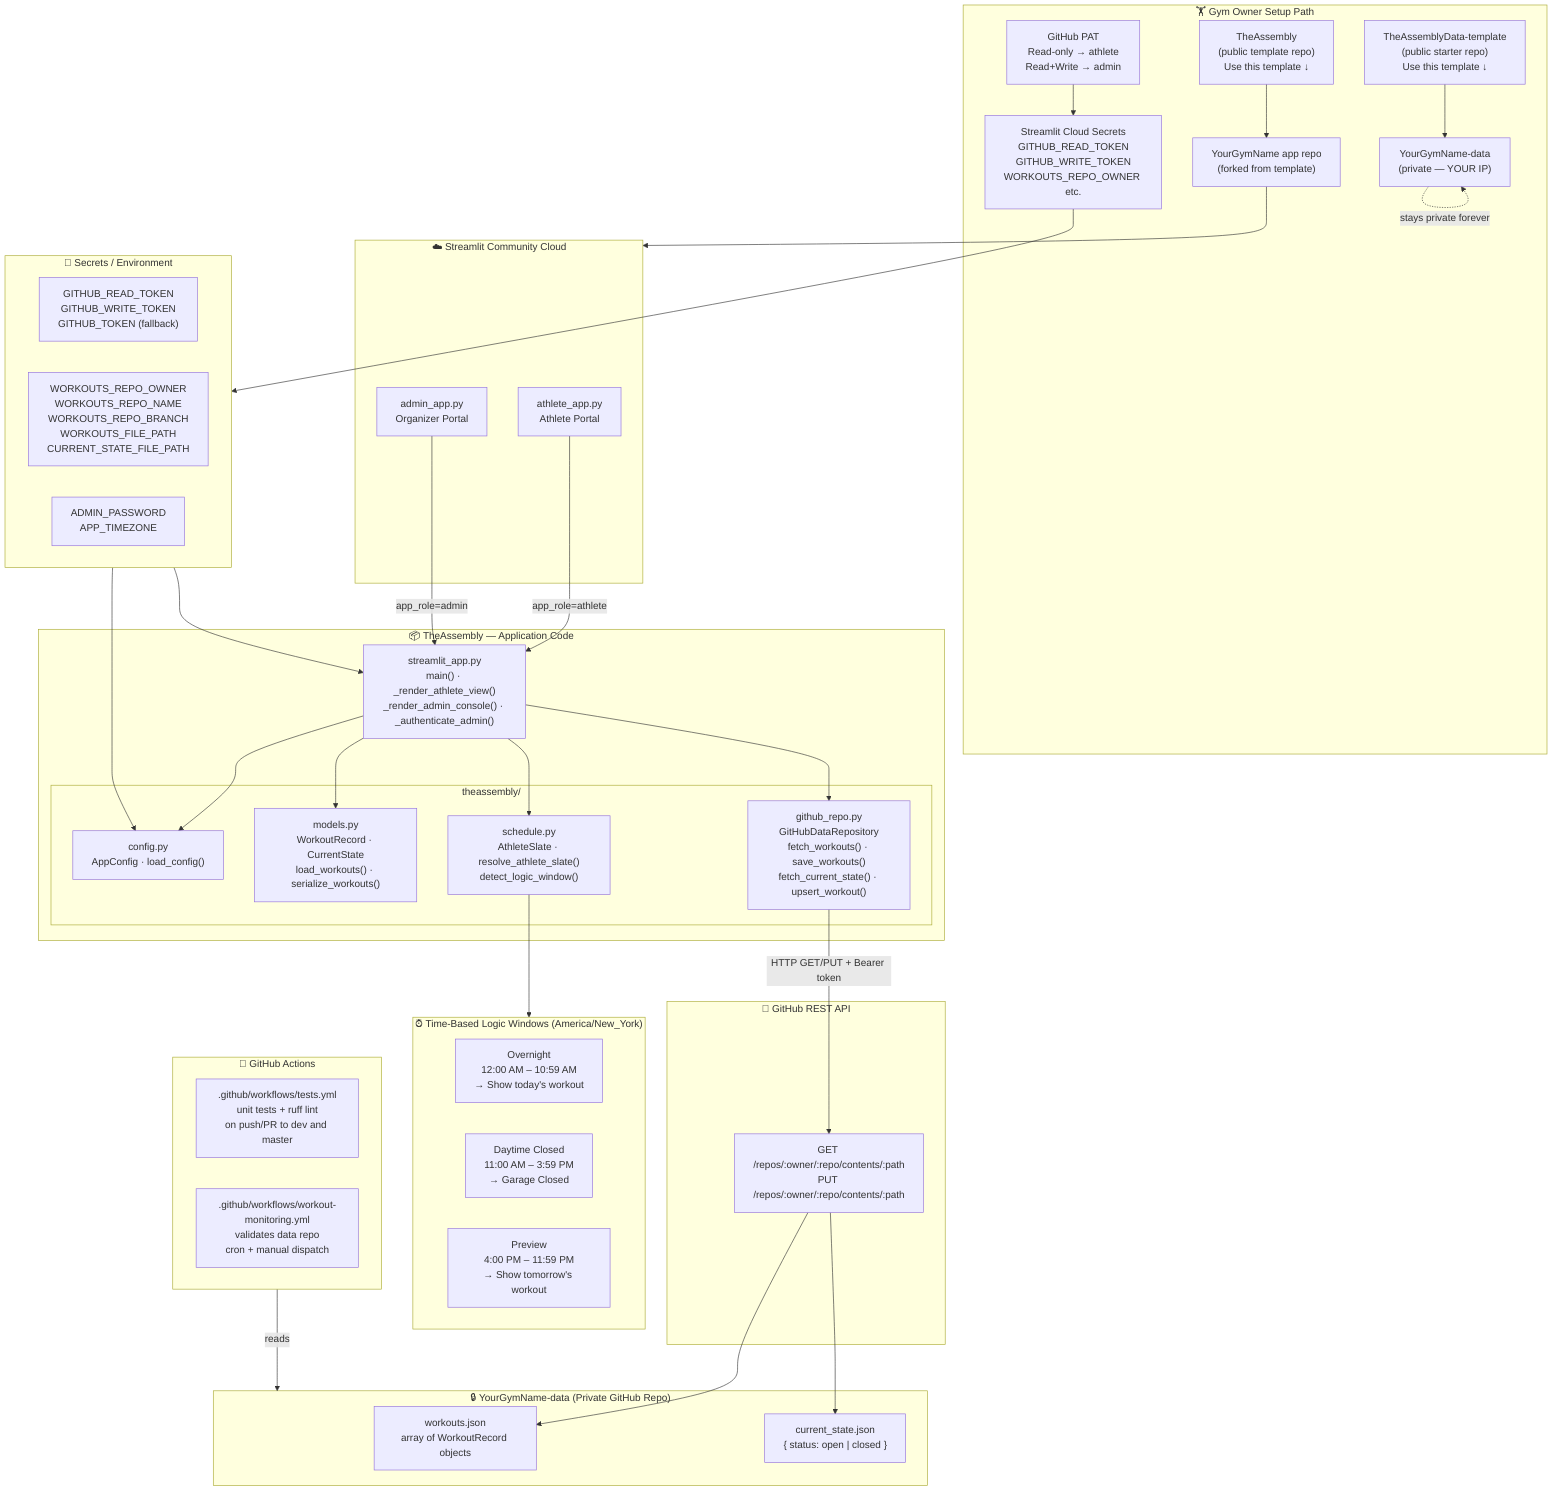
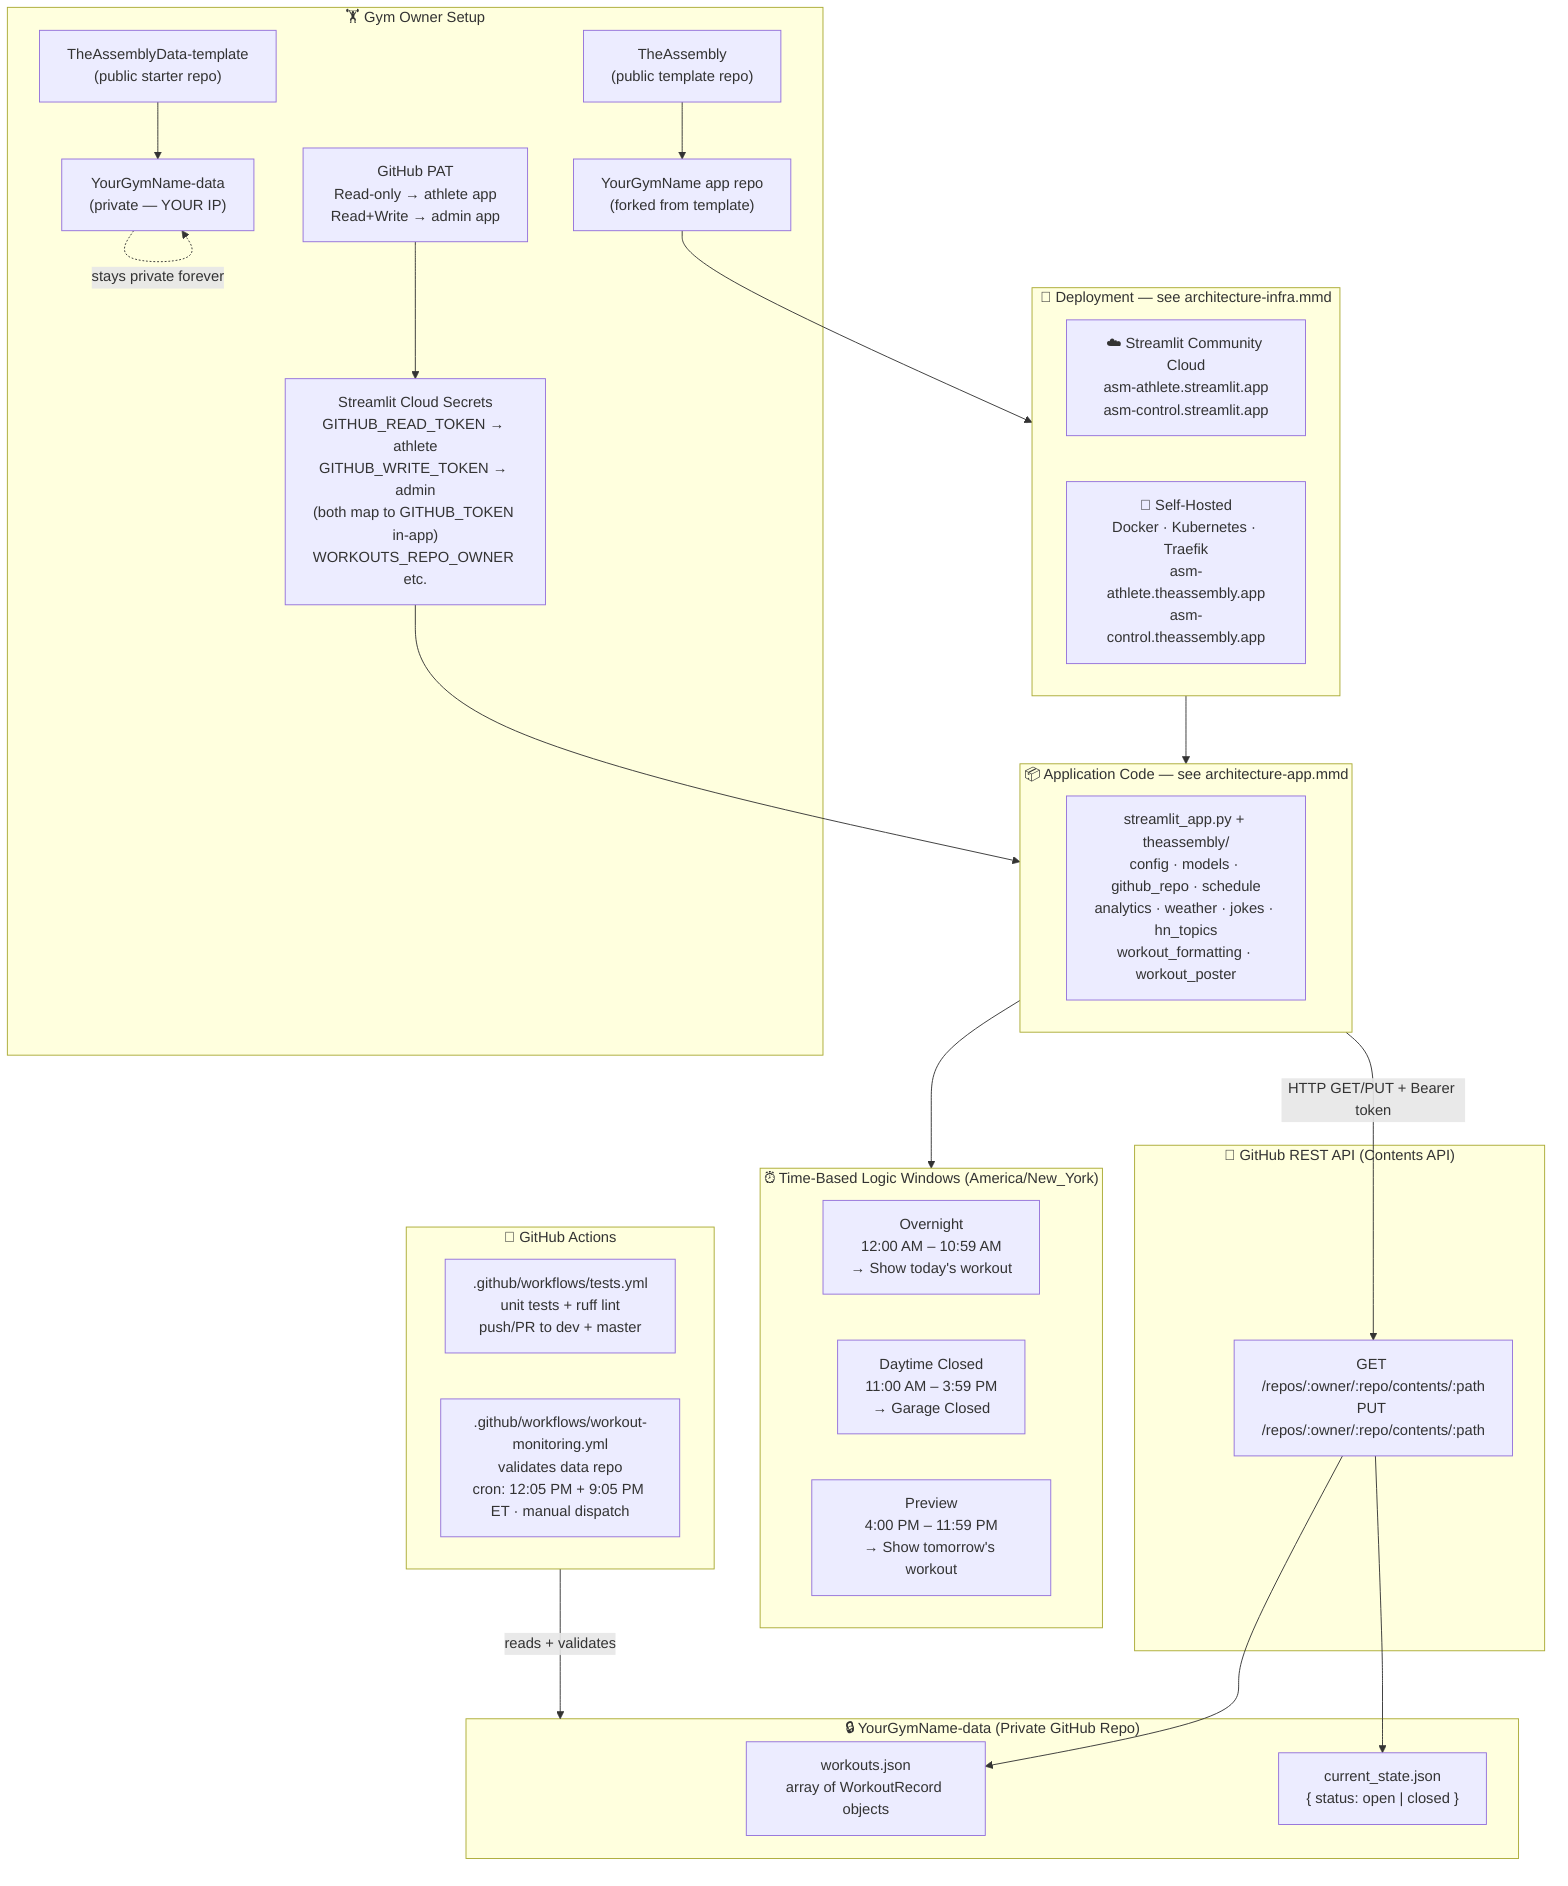
+ %% High-Level Overview — see architecture-app.mmd for app internals, architecture-infra.mmd for deployment details
graph TD
-     subgraph GymOwnerSetup["🏋️ Gym Owner Setup Path"]
-         Template["TheAssembly\n(public template repo)\nUse this template ↓"]
-         DataTemplate["TheAssemblyData-template\n(public starter repo)\nUse this template ↓"]
+     subgraph GymOwnerSetup["🏋️ Gym Owner Setup"]
+         Template["TheAssembly\n(public template repo)"]
+         DataTemplate["TheAssemblyData-template\n(public starter repo)"]
        GymRepo["YourGymName app repo\n(forked from template)"]
        GymData["YourGymName-data\n(private — YOUR IP)"]
-         PAT["GitHub PAT\nRead-only → athlete\nRead+Write → admin"]
-         StreamlitSecrets["Streamlit Cloud Secrets\nGITHUB_READ_TOKEN\nGITHUB_WRITE_TOKEN\nWORKOUTS_REPO_OWNER etc."]
+         PAT["GitHub PAT\nRead-only → athlete app\nRead+Write → admin app"]
+         StreamlitSecrets["Streamlit Cloud Secrets\nGITHUB_READ_TOKEN → athlete\nGITHUB_WRITE_TOKEN → admin\n(both map to GITHUB_TOKEN in-app)\nWORKOUTS_REPO_OWNER etc."]
        Template --> GymRepo
        DataTemplate --> GymData
        PAT --> StreamlitSecrets
        GymData -.->|"stays private forever"| GymData
    end

-     subgraph StreamlitCloud["☁️ Streamlit Community Cloud"]
-         AthleteApp["athlete_app.py\nAthlete Portal"]
-         AdminApp["admin_app.py\nOrganizer Portal"]
+     subgraph DeploymentPaths["🚀 Deployment — see architecture-infra.mmd"]
+         StreamlitCloud["☁️ Streamlit Community Cloud\nasm-athlete.streamlit.app\nasm-control.streamlit.app"]
+         SelfHosted["🐳 Self-Hosted\nDocker · Kubernetes · Traefik\nasm-athlete.theassembly.app\nasm-control.theassembly.app"]
    end

-     subgraph TheAssembly["📦 TheAssembly — Application Code"]
-         StreamlitApp["streamlit_app.py\nmain() · _render_athlete_view()\n_render_admin_console() · _authenticate_admin()"]
-         subgraph Package["theassembly/"]
-             Config["config.py\nAppConfig · load_config()"]
-             Models["models.py\nWorkoutRecord · CurrentState\nload_workouts() · serialize_workouts()"]
-             GHRepo["github_repo.py\nGitHubDataRepository\nfetch_workouts() · save_workouts()\nfetch_current_state() · upsert_workout()"]
-             Schedule["schedule.py\nAthleteSlate · resolve_athlete_slate()\ndetect_logic_window()"]
-         end
+     subgraph AppCode["📦 Application Code — see architecture-app.mmd"]
+         AppNode["streamlit_app.py + theassembly/\nconfig · models · github_repo · schedule\nanalytics · weather · jokes · hn_topics\nworkout_formatting · workout_poster"]
    end

    subgraph PrivateDataRepo["🔒 YourGymName-data (Private GitHub Repo)"]
        WorkoutsJSON["workouts.json\narray of WorkoutRecord objects"]
        StateJSON["current_state.json\n{ status: open | closed }"]
    end

-     subgraph GitHubAPI["🐙 GitHub REST API"]
+     subgraph GitHubAPI["🐙 GitHub REST API (Contents API)"]
        ContentsAPI["GET /repos/:owner/:repo/contents/:path\nPUT /repos/:owner/:repo/contents/:path"]
-     end
- 
-     subgraph Secrets["🔑 Secrets / Environment"]
-         Tokens["GITHUB_READ_TOKEN\nGITHUB_WRITE_TOKEN\nGITHUB_TOKEN (fallback)"]
-         RepoCfg["WORKOUTS_REPO_OWNER\nWORKOUTS_REPO_NAME\nWORKOUTS_REPO_BRANCH\nWORKOUTS_FILE_PATH\nCURRENT_STATE_FILE_PATH"]
-         AppCfg["ADMIN_PASSWORD\nAPP_TIMEZONE"]
    end

    subgraph TimeLogic["⏰ Time-Based Logic Windows (America/New_York)"]
        Overnight["Overnight\n12:00 AM – 10:59 AM\n→ Show today's workout"]
        Closed["Daytime Closed\n11:00 AM – 3:59 PM\n→ Garage Closed"]
        Preview["Preview\n4:00 PM – 11:59 PM\n→ Show tomorrow's workout"]
    end

    subgraph CI["🔄 GitHub Actions"]
-         TestsWF[".github/workflows/tests.yml\nunit tests + ruff lint\non push/PR to dev and master"]
-         MonitorWF[".github/workflows/workout-monitoring.yml\nvalidates data repo\ncron + manual dispatch"]
+         TestsWF[".github/workflows/tests.yml\nunit tests + ruff lint\npush/PR to dev + master"]
+         MonitorWF[".github/workflows/workout-monitoring.yml\nvalidates data repo\ncron: 12:05 PM + 9:05 PM ET · manual dispatch"]
    end

-     GymRepo --> StreamlitCloud
-     StreamlitSecrets --> Secrets
-     AthleteApp -->|"app_role=athlete"| StreamlitApp
-     AdminApp -->|"app_role=admin"| StreamlitApp
-     StreamlitApp --> Config
-     StreamlitApp --> Models
-     StreamlitApp --> GHRepo
-     StreamlitApp --> Schedule
-     GHRepo -->|"HTTP GET/PUT + Bearer token"| ContentsAPI
+     GymRepo --> DeploymentPaths
+     StreamlitSecrets --> AppCode
+     DeploymentPaths --> AppCode
+     AppCode -->|"HTTP GET/PUT + Bearer token"| ContentsAPI
    ContentsAPI --> WorkoutsJSON
    ContentsAPI --> StateJSON
-     Secrets --> Config
-     Secrets --> StreamlitApp
-     Schedule --> TimeLogic
-     CI -->|"reads"| PrivateDataRepo
+     AppCode --> TimeLogic
+     CI -->|"reads + validates"| PrivateDataRepo

